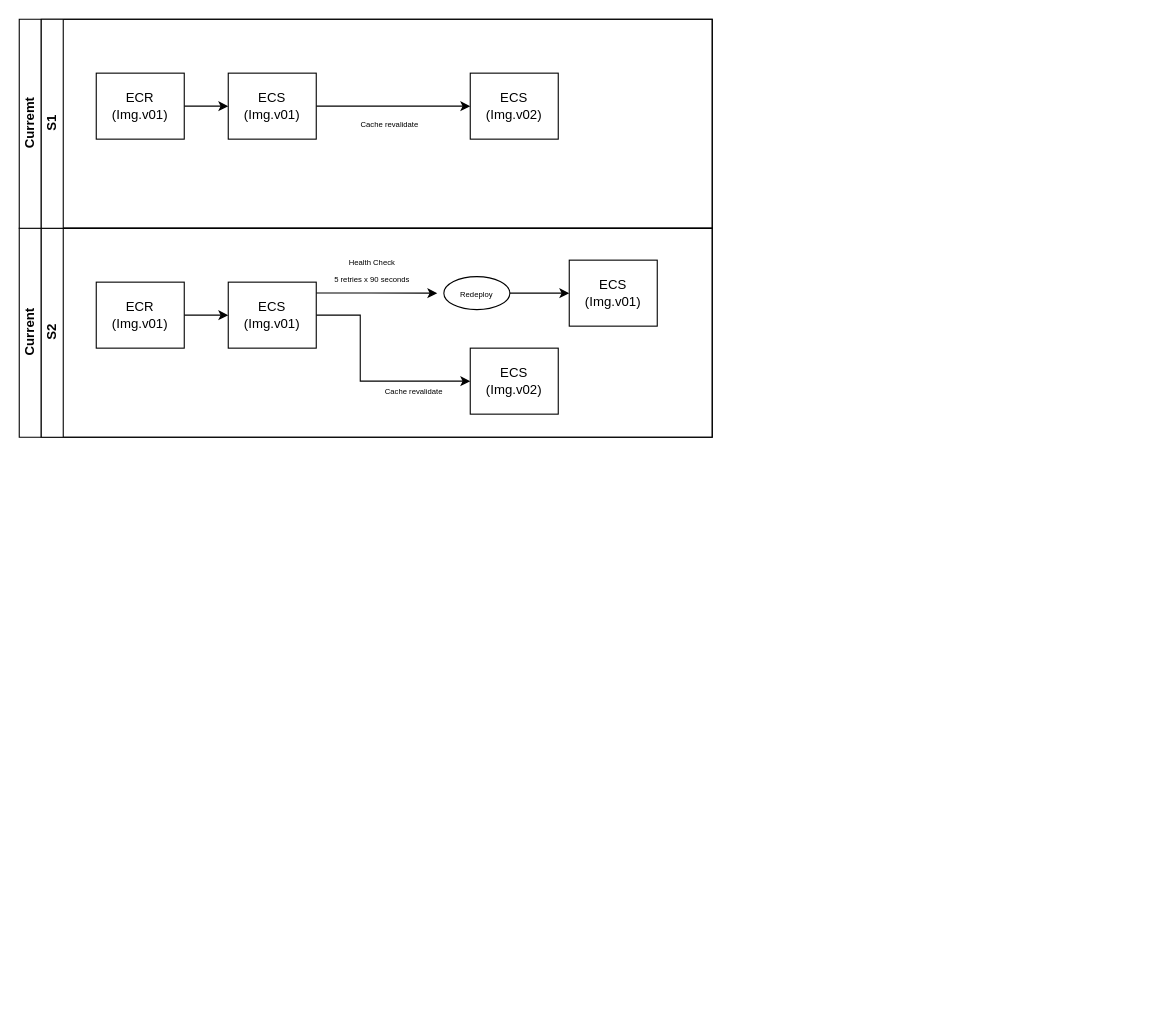
Before: Untitled Diagram.drawio in horsehcj/draw.io, a draw.io diagram. Source tidied: cells renumbered, new cells numbered last; positions are measured from the earlier drawing's top-left corner, leaving out a move shared by most shapes. Both pictures are drawn from the tidied source at 110%, with x=0, y=0 at pixel (19, 19).
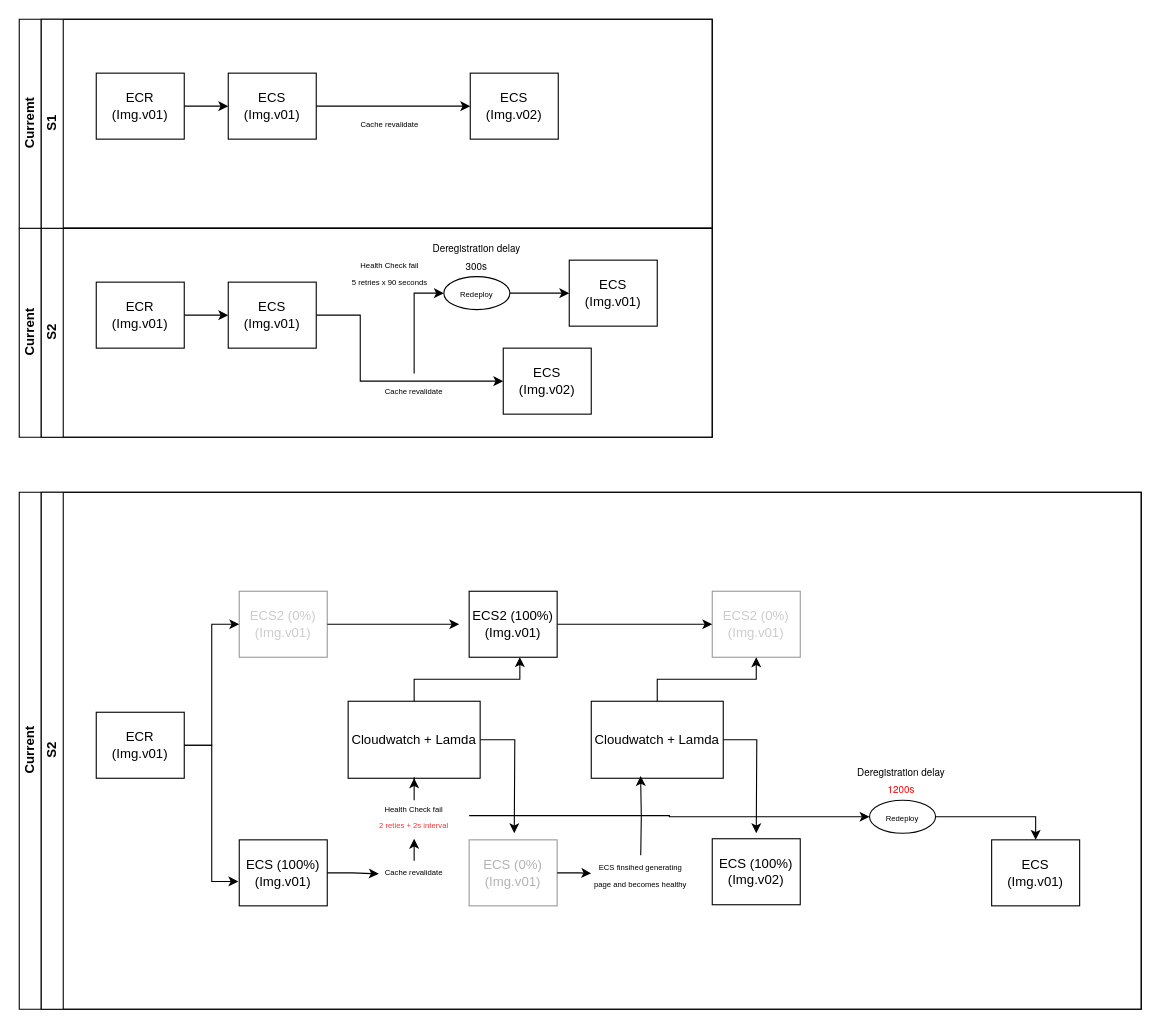
The same diagram, later.

The change refers to these unchanged cells:
```xml
<mxCell id="3" value="S2" style="swimlane;html=1;startSize=20;horizontal=0;" parent="2" vertex="1">
  <mxGeometry x="20" width="610" height="190" as="geometry" />
</mxCell>
<mxCell id="10" value="&lt;font style=&quot;font-size: 7px;&quot;&gt;Cache revalidate&lt;/font&gt;" style="text;html=1;align=center;verticalAlign=middle;whiteSpace=wrap;rounded=0;" parent="3" vertex="1">
  <mxGeometry x="306" y="132" width="66" height="30" as="geometry" />
</mxCell>
```

Change to the diagram source:
```diff
@@
-    <mxCell id="5" style="edgeStyle=orthogonalEdgeStyle;rounded=0;orthogonalLoop=1;jettySize=auto;html=1;" parent="3" edge="1">
-      <mxGeometry relative="1" as="geometry">
-        <mxPoint x="250" y="58.8" as="sourcePoint" />
-        <mxPoint x="360" y="59" as="targetPoint" />
-        <Array as="points">
-          <mxPoint x="300" y="58.8" />
-          <mxPoint x="300" y="58.8" />
-        </Array>
-      </mxGeometry>
-    </mxCell>
@@
     <mxCell id="9" value="ECS&lt;br&gt;(Img.v02)" style="rounded=0;whiteSpace=wrap;html=1;fontFamily=Helvetica;fontSize=12;fontColor=#000000;align=center;" parent="3" vertex="1">
-      <mxGeometry x="390" y="109" width="80" height="60" as="geometry" />
+      <mxGeometry x="420" y="109" width="80" height="60" as="geometry" />
     </mxCell>
+    <mxCell id="23" style="edgeStyle=orthogonalEdgeStyle;rounded=0;jettySize=auto;html=1;entryX=0;entryY=0.5;entryDx=0;entryDy=0;" parent="3" edge="1" source="10" target="14">
+      <mxGeometry relative="1" as="geometry" />
+    </mxCell>
@@
-    <mxCell id="12" value="&lt;font style=&quot;font-size: 7px;&quot;&gt;Health Check&lt;br&gt;5 retries x 90 seconds&lt;/font&gt;" style="text;html=1;align=center;verticalAlign=middle;whiteSpace=wrap;rounded=0;" parent="3" vertex="1">
-      <mxGeometry x="251" y="22" width="100" height="30" as="geometry" />
+    <mxCell id="12" value="&lt;font style=&quot;font-size: 7px;&quot;&gt;Health Check fail&lt;br&gt;5 retries x 90 seconds&lt;/font&gt;" style="text;html=1;align=center;verticalAlign=middle;whiteSpace=wrap;rounded=0;" parent="3" vertex="1">
+      <mxGeometry x="267" y="25" width="100" height="30" as="geometry" />
     </mxCell>
@@
-    <mxCell id="14" value="&lt;font style=&quot;font-size: 7px;&quot;&gt;Redeploy&lt;/font&gt;" style="ellipse;whiteSpace=wrap;html=1;" parent="3" vertex="1">
+    <mxCell id="14" value="&lt;p style=&quot;line-height: 0%;&quot;&gt;&lt;font style=&quot;font-size: 7px;&quot;&gt;Redeploy&lt;/font&gt;&lt;/p&gt;" style="ellipse;whiteSpace=wrap;html=1;" parent="3" vertex="1">
       <mxGeometry x="366" y="44" width="60" height="30" as="geometry" />
     </mxCell>
+    <mxCell id="24" value="&lt;span style=&quot;font-family: &amp;quot;Amazon Ember&amp;quot;, &amp;quot;Helvetica Neue&amp;quot;, Roboto, Arial, sans-serif; text-align: start; background-color: rgb(255, 255, 255);&quot;&gt;&lt;font style=&quot;font-size: 9px;&quot;&gt;Deregistration delay&lt;br&gt;300s&lt;/font&gt;&lt;/span&gt;" style="text;html=1;align=center;verticalAlign=middle;whiteSpace=wrap;rounded=0;" parent="3" vertex="1">
+      <mxGeometry x="346" y="10" width="100" height="30" as="geometry" />
+    </mxCell>
@@
+    <mxCell id="25" value="Current" style="swimlane;html=1;horizontal=0;startSize=20;" parent="1" vertex="1">
+      <mxGeometry y="430" width="1020" height="470" as="geometry" />
+    </mxCell>
+    <mxCell id="26" value="S2" style="swimlane;html=1;startSize=20;horizontal=0;" parent="25" vertex="1">
+      <mxGeometry x="20" width="1000" height="470" as="geometry" />
+    </mxCell>
+    <mxCell id="27" style="edgeStyle=orthogonalEdgeStyle;rounded=0;jettySize=auto;html=1;" parent="26" edge="1" source="28">
+      <mxGeometry relative="1" as="geometry">
+        <mxPoint x="380" y="120" as="targetPoint" />
+      </mxGeometry>
+    </mxCell>
+    <mxCell id="28" value="&lt;font color=&quot;#cccccc&quot;&gt;ECS2 (0%)&lt;br&gt;(Img.v01)&lt;/font&gt;" style="rounded=0;whiteSpace=wrap;html=1;fontFamily=Helvetica;fontSize=12;fontColor=#000000;align=center;opacity=40;" parent="26" vertex="1">
+      <mxGeometry x="180" y="90" width="80" height="60" as="geometry" />
+    </mxCell>
+    <mxCell id="29" style="edgeStyle=orthogonalEdgeStyle;rounded=0;jettySize=auto;html=1;entryX=0;entryY=0.5;entryDx=0;entryDy=0;" parent="26" edge="1" source="30" target="28">
+      <mxGeometry relative="1" as="geometry" />
+    </mxCell>
+    <mxCell id="30" value="ECR&lt;br&gt;(Img.v01)" style="rounded=0;whiteSpace=wrap;html=1;fontFamily=Helvetica;fontSize=12;fontColor=#000000;align=center;" parent="26" vertex="1">
+      <mxGeometry x="50" y="200" width="80" height="60" as="geometry" />
+    </mxCell>
+    <mxCell id="31" value="ECS (100%)&lt;br&gt;(Img.v02)" style="rounded=0;whiteSpace=wrap;html=1;fontFamily=Helvetica;fontSize=12;fontColor=#000000;align=center;" parent="26" vertex="1">
+      <mxGeometry x="610" y="315" width="80" height="60" as="geometry" />
+    </mxCell>
+    <mxCell id="32" style="edgeStyle=orthogonalEdgeStyle;rounded=0;orthogonalLoop=1;jettySize=auto;html=1;" parent="26" edge="1">
+      <mxGeometry relative="1" as="geometry">
+        <mxPoint x="339" y="335" as="sourcePoint" />
+        <mxPoint x="339" y="315" as="targetPoint" />
+      </mxGeometry>
+    </mxCell>
+    <mxCell id="33" value="&lt;font style=&quot;font-size: 7px;&quot;&gt;Cache revalidate&lt;/font&gt;" style="text;html=1;align=center;verticalAlign=middle;whiteSpace=wrap;rounded=0;" parent="26" vertex="1">
+      <mxGeometry x="306" y="329" width="66" height="30" as="geometry" />
+    </mxCell>
+    <mxCell id="34" value="ECS&lt;br&gt;(Img.v01)" style="rounded=0;whiteSpace=wrap;html=1;fontFamily=Helvetica;fontSize=12;fontColor=#000000;align=center;" parent="26" vertex="1">
+      <mxGeometry x="864" y="316" width="80" height="60" as="geometry" />
+    </mxCell>
+    <mxCell id="35" style="edgeStyle=orthogonalEdgeStyle;rounded=0;jettySize=auto;html=1;entryX=0;entryY=0.5;entryDx=0;entryDy=0;" parent="26" edge="1" source="36" target="38">
+      <mxGeometry relative="1" as="geometry" />
+    </mxCell>
+    <mxCell id="36" value="&lt;font style=&quot;font-size: 7px;&quot;&gt;Health Check fail&lt;br&gt;&lt;font color=&quot;#ff3333&quot;&gt;2 reties + 2s interval&lt;/font&gt;&lt;/font&gt;" style="text;html=1;align=center;verticalAlign=middle;whiteSpace=wrap;rounded=0;" parent="26" vertex="1">
+      <mxGeometry x="289" y="279" width="100" height="30" as="geometry" />
+    </mxCell>
+    <mxCell id="37" style="edgeStyle=orthogonalEdgeStyle;rounded=0;jettySize=auto;html=1;entryX=0.5;entryY=0;entryDx=0;entryDy=0;" parent="26" edge="1" source="38" target="34">
+      <mxGeometry relative="1" as="geometry" />
+    </mxCell>
+    <mxCell id="38" value="&lt;p style=&quot;line-height: 0%;&quot;&gt;&lt;font style=&quot;font-size: 7px;&quot;&gt;Redeploy&lt;/font&gt;&lt;/p&gt;" style="ellipse;whiteSpace=wrap;html=1;" parent="26" vertex="1">
+      <mxGeometry x="753" y="280" width="60" height="30" as="geometry" />
+    </mxCell>
+    <mxCell id="39" value="&lt;span style=&quot;font-family: &amp;quot;Amazon Ember&amp;quot;, &amp;quot;Helvetica Neue&amp;quot;, Roboto, Arial, sans-serif; text-align: start; background-color: rgb(255, 255, 255);&quot;&gt;&lt;font style=&quot;font-size: 9px;&quot;&gt;Deregistration delay&lt;br&gt;&lt;font color=&quot;#ff0000&quot;&gt;1200s&lt;/font&gt;&lt;/font&gt;&lt;/span&gt;" style="text;html=1;align=center;verticalAlign=middle;whiteSpace=wrap;rounded=0;" parent="26" vertex="1">
+      <mxGeometry x="732" y="246" width="100" height="30" as="geometry" />
+    </mxCell>
+    <mxCell id="40" style="edgeStyle=orthogonalEdgeStyle;rounded=0;jettySize=auto;html=1;entryX=0;entryY=0.5;entryDx=0;entryDy=0;" parent="26" edge="1" source="41" target="42">
+      <mxGeometry relative="1" as="geometry" />
+    </mxCell>
+    <mxCell id="41" value="ECS2 (100%)&lt;br&gt;(Img.v01)" style="rounded=0;whiteSpace=wrap;html=1;fontFamily=Helvetica;fontSize=12;fontColor=#000000;align=center;" parent="26" vertex="1">
+      <mxGeometry x="389" y="90" width="80" height="60" as="geometry" />
+    </mxCell>
+    <mxCell id="42" value="&lt;font color=&quot;#cccccc&quot;&gt;ECS2 (0%)&lt;br&gt;(Img.v01)&lt;/font&gt;" style="rounded=0;whiteSpace=wrap;html=1;fontFamily=Helvetica;fontSize=12;fontColor=#000000;align=center;opacity=40;" parent="26" vertex="1">
+      <mxGeometry x="610" y="90" width="80" height="60" as="geometry" />
+    </mxCell>
+    <mxCell id="43" style="edgeStyle=orthogonalEdgeStyle;rounded=0;jettySize=auto;html=1;entryX=0.5;entryY=1;entryDx=0;entryDy=0;" parent="26" edge="1" source="45" target="42">
+      <mxGeometry relative="1" as="geometry" />
+    </mxCell>
+    <mxCell id="44" style="edgeStyle=orthogonalEdgeStyle;rounded=0;jettySize=auto;html=1;" parent="26" edge="1" source="45">
+      <mxGeometry relative="1" as="geometry">
+        <mxPoint x="650" y="310" as="targetPoint" />
+      </mxGeometry>
+    </mxCell>
+    <mxCell id="45" value="Cloudwatch + Lamda" style="rounded=0;whiteSpace=wrap;html=1;" parent="26" vertex="1">
+      <mxGeometry x="500" y="190" width="120" height="70" as="geometry" />
+    </mxCell>
+    <mxCell id="46" style="edgeStyle=orthogonalEdgeStyle;rounded=0;jettySize=auto;html=1;entryX=0;entryY=0.5;entryDx=0;entryDy=0;" parent="26" edge="1" source="47" target="48">
+      <mxGeometry relative="1" as="geometry" />
+    </mxCell>
+    <mxCell id="47" value="&lt;font color=&quot;#b3b3b3&quot;&gt;ECS (0%)&lt;br&gt;(Img.v01)&lt;/font&gt;" style="rounded=0;whiteSpace=wrap;html=1;fontFamily=Helvetica;fontSize=12;fontColor=#000000;align=center;opacity=40;" parent="26" vertex="1">
+      <mxGeometry x="389" y="316" width="80" height="60" as="geometry" />
+    </mxCell>
+    <mxCell id="48" value="&lt;font style=&quot;font-size: 7px;&quot;&gt;ECS finsihed generating page and becomes healthy&lt;/font&gt;" style="text;html=1;align=center;verticalAlign=middle;whiteSpace=wrap;rounded=0;" parent="26" vertex="1">
+      <mxGeometry x="500" y="331" width="90" height="31" as="geometry" />
+    </mxCell>
+    <mxCell id="49" style="edgeStyle=orthogonalEdgeStyle;rounded=0;jettySize=auto;html=1;entryX=0.374;entryY=0.97;entryDx=0;entryDy=0;entryPerimeter=0;" parent="26" edge="1" target="45">
+      <mxGeometry relative="1" as="geometry">
+        <mxPoint x="545" y="330" as="sourcePoint" />
+      </mxGeometry>
+    </mxCell>
+    <mxCell id="50" style="edgeStyle=orthogonalEdgeStyle;rounded=0;jettySize=auto;html=1;" parent="1" edge="1" source="51">
+      <mxGeometry relative="1" as="geometry">
+        <mxPoint x="450" y="740" as="targetPoint" />
+      </mxGeometry>
+    </mxCell>
+    <mxCell id="51" value="Cloudwatch + Lamda" style="rounded=0;whiteSpace=wrap;html=1;" parent="1" vertex="1">
+      <mxGeometry x="299" y="620" width="120" height="70" as="geometry" />
+    </mxCell>
+    <mxCell id="52" style="edgeStyle=orthogonalEdgeStyle;rounded=0;jettySize=auto;html=1;" parent="1" edge="1" source="36" target="51">
+      <mxGeometry relative="1" as="geometry" />
+    </mxCell>
+    <mxCell id="53" style="edgeStyle=orthogonalEdgeStyle;rounded=0;jettySize=auto;html=1;entryX=0.576;entryY=0.999;entryDx=0;entryDy=0;entryPerimeter=0;" parent="1" edge="1" source="51" target="41">
+      <mxGeometry relative="1" as="geometry" />
+    </mxCell>
+    <mxCell id="54" value="ECS (100%)&lt;br&gt;(Img.v01)" style="rounded=0;whiteSpace=wrap;html=1;fontFamily=Helvetica;fontSize=12;fontColor=#000000;align=center;" parent="1" vertex="1">
+      <mxGeometry x="200" y="746" width="80" height="60" as="geometry" />
+    </mxCell>
+    <mxCell id="55" style="edgeStyle=orthogonalEdgeStyle;rounded=0;jettySize=auto;html=1;entryX=-0.01;entryY=0.63;entryDx=0;entryDy=0;entryPerimeter=0;" parent="1" edge="1" source="30" target="54">
+      <mxGeometry relative="1" as="geometry" />
+    </mxCell>
+    <mxCell id="56" style="edgeStyle=orthogonalEdgeStyle;rounded=0;jettySize=auto;html=1;entryX=0.013;entryY=0.597;entryDx=0;entryDy=0;entryPerimeter=0;" parent="1" edge="1" source="54" target="33">
+      <mxGeometry relative="1" as="geometry" />
+    </mxCell>
```
